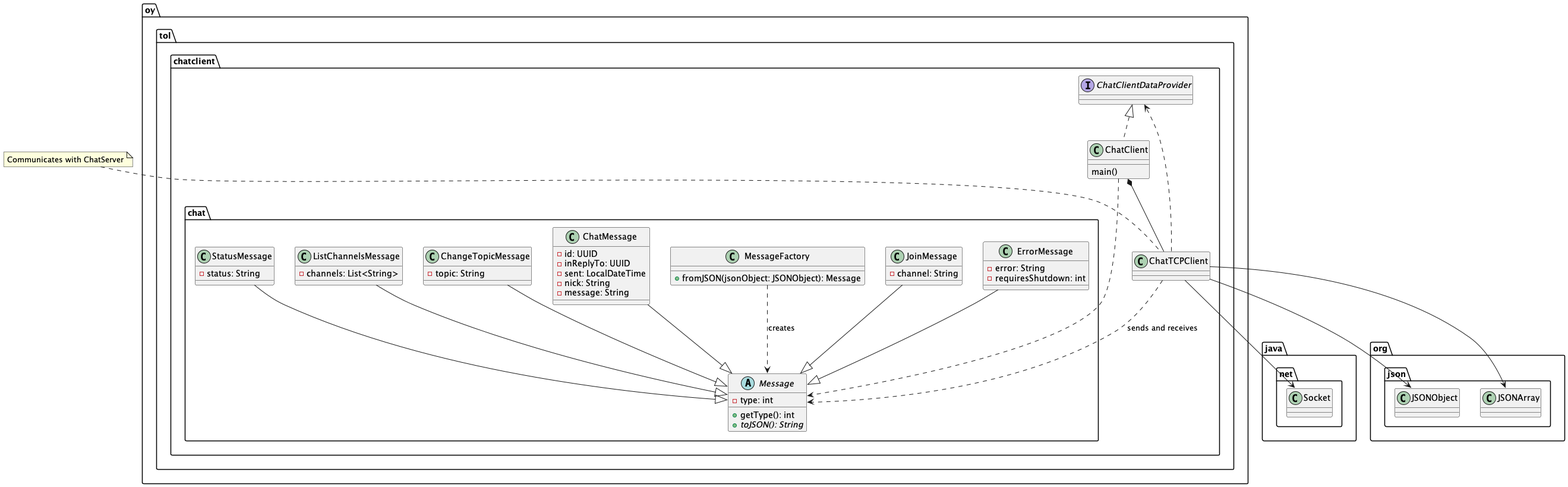
Before: O4-chat-client-classes.png, a diagram exported from PlantUML (viljamivuorre/O4-client). Its diagram source:
```plantuml
@startuml
package oy.tol.chatclient {
  interface ChatClientDataProvider
  class ChatClient
  class ChatTCPClient
  package chat {
    abstract class Message {
      - type: int
      + getType(): int
      + {abstract} toJSON(): String
    }
    class ChatMessage {
      -id: UUID
      -inReplyTo: UUID
      -sent: LocalDateTime
      -nick: String
      -message: String
    }
    class ChangeTopicMessage {
      -topic: String
    }
    class ListChannelsMessage {
      -channels: List<String>
    }
    class StatusMessage {
      -status: String
    }
    class ErrorMessage {
      -error: String
      -requiresShutdown: int
    }
    class JoinMessage {
      -channel: String
    }
    ChatMessage --|> Message
    ChangeTopicMessage --|> Message
    ListChannelsMessage --|> Message
    StatusMessage --|> Message
    ErrorMessage --|> Message
    JoinMessage --|> Message
    class MessageFactory {
      +fromJSON(jsonObject: JSONObject): Message
    }
    MessageFactory ..> Message: creates
  }
}
package java.net {
  class Socket
}
package org.json {
  class JSONObject
  class JSONArray
}
ChatClient : main()
ChatClientDataProvider <|.. ChatClient
ChatClient *-- ChatTCPClient
ChatTCPClient ..> ChatClientDataProvider
ChatTCPClient --> Socket
ChatTCPClient --> JSONObject
ChatTCPClient --> JSONArray
ChatTCPClient ..> Message: sends and receives
ChatClient ..> Message
note "Communicates with ChatServer" as N1
N1 .. ChatTCPClient
@enduml
```
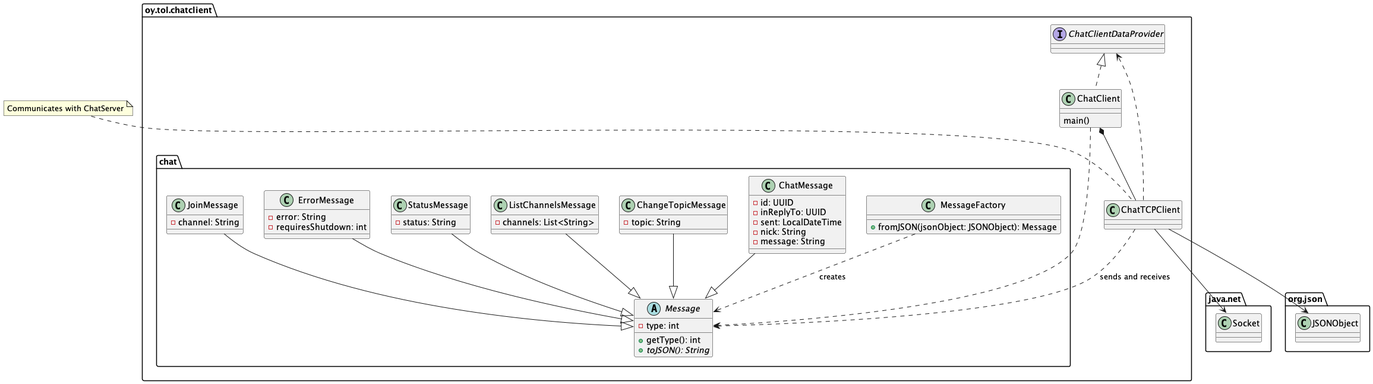
After the change.

Commit message:
Updated class diagram

The edit, as a diff of the source:
```diff
@@ -49,7 +49,6 @@
 }
 package org.json {
   class JSONObject
-  class JSONArray
 }
 ChatClient : main()
 ChatClientDataProvider <|.. ChatClient
@@ -57,7 +56,6 @@
 ChatTCPClient ..> ChatClientDataProvider
 ChatTCPClient --> Socket
 ChatTCPClient --> JSONObject
-ChatTCPClient --> JSONArray
 ChatTCPClient ..> Message: sends and receives
 ChatClient ..> Message
 note "Communicates with ChatServer" as N1
```
